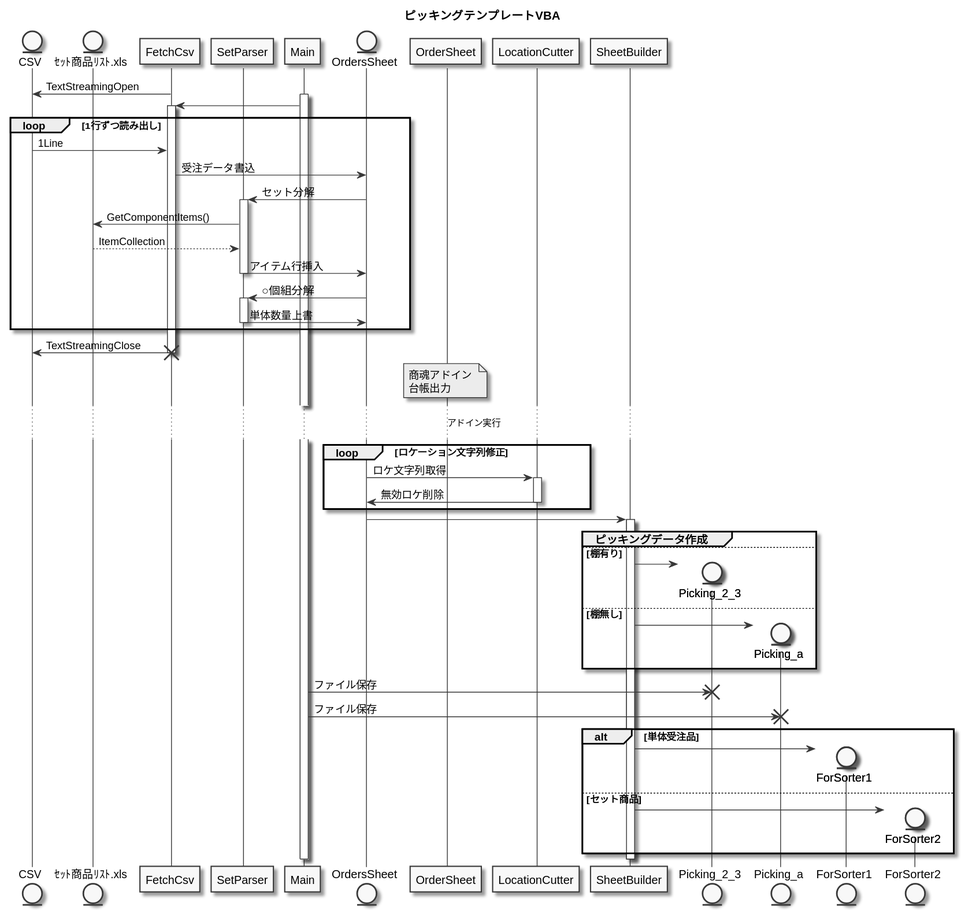
Earlier version of the PlantUML export out/picking_create_vba/picking_create_vba.svg (amunenaga/ec-backyard-macro). Its source is kept beside it as picking_create_vba.puml.
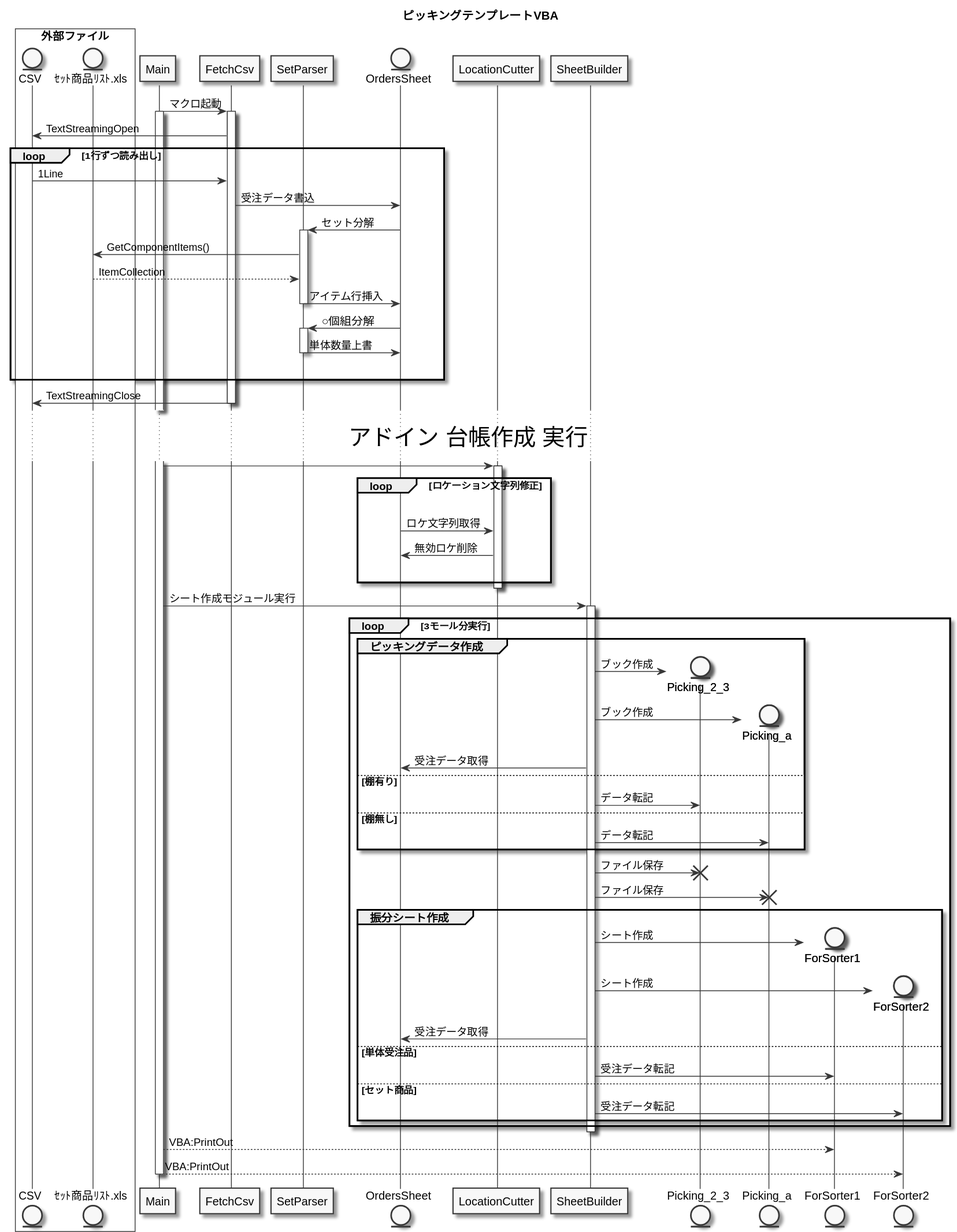
Above is the later version.

Commit message:
ピッキングテンプレートVBA シーケンス図Fix

Change to the diagram source:
```diff
@@ -5,26 +5,28 @@
 
 title ピッキングテンプレートVBA
 
-entity CSV
-entity ｾｯﾄ商品ﾘｽﾄ.xls
+box "外部ファイル" #white
+    entity CSV
+    entity ｾｯﾄ商品ﾘｽﾄ.xls
+end box
 
+participant Main
 
+Main -> FetchCsv : マクロ起動
+activate Main
+activate FetchCsv
 CSV <- FetchCsv : TextStreamingOpen
 
 participant SetParser
-participant Main
-
-activate Main
-FetchCsv <- Main
 
 Loop 1行ずつ読み出し
-activate FetchCsv
     CSV -> FetchCsv : 1Line
 
     entity OrdersSheet
     FetchCsv -> OrdersSheet : 受注データ書込
 
     SetParser <- OrdersSheet : セット分解
+
     activate SetParser
         ｾｯﾄ商品ﾘｽﾄ.xls <- SetParser : GetComponentItems()
         ｾｯﾄ商品ﾘｽﾄ.xls --> SetParser : ItemCollection
@@ -37,61 +39,81 @@
     activate SetParser
         SetParser -> OrdersSheet : 単体数量上書
     deactivate SetParser
-
+    |||
     end loop
 
 CSV <- FetchCsv : TextStreamingClose
 deactivate FetchCsv
 
-destroy FetchCsv
-
-
-note over OrderSheet : 商魂アドイン \n台帳出力
-... アドイン実行 ...
+... <size:28>アドイン 台帳作成 実行</size> ...
 
 participant LocationCutter
 
+    Main -> LocationCutter
+
+    activate LocationCutter
+
     loop ロケーション文字列修正
-
+        |||
         OrdersSheet -> LocationCutter :ロケ文字列取得
-        activate LocationCutter
-
-            OrdersSheet <- LocationCutter :無効ロケ削除
-
-        deactivate LocationCutter
-
+        OrdersSheet <- LocationCutter :無効ロケ削除
+        |||
     end
+    deactivate LocationCutter
 
 participant SheetBuilder
 
-OrdersSheet -> SheetBuilder
+Main -> SheetBuilder : シート作成モジュール実行
 activate SheetBuilder
 
+loop 3モール分実行
     Group ピッキングデータ作成
-    else 棚有り
+
         create entity Picking_2_3
-        SheetBuilder -> Picking_2_3
-    else 棚無し
+        SheetBuilder -> Picking_2_3 : ブック作成
+
         create entity Picking_a
-        SheetBuilder -> Picking_a
+        SheetBuilder -> Picking_a : ブック作成
+
+        OrdersSheet <- SheetBuilder : 受注データ取得
+
+        else 棚有り
+            SheetBuilder -> Picking_2_3 : データ転記
+
+        else 棚無し
+            SheetBuilder -> Picking_a : データ転記
     end
 
-    Main -> Picking_2_3 : ファイル保存
+    SheetBuilder -> Picking_2_3 : ファイル保存
     destroy Picking_2_3
 
-    Main -> Picking_a : ファイル保存
+    SheetBuilder -> Picking_a : ファイル保存
     destroy Picking_a
 
+    Group 振分シート作成
 
-    alt 単体受注品
         create entity ForSorter1
-        SheetBuilder -> ForSorter1
-    else セット商品
+        SheetBuilder -> ForSorter1 : シート作成
         create entity ForSorter2
-        SheetBuilder -> ForSorter2
+        SheetBuilder -> ForSorter2 : シート作成
+
+        OrdersSheet <- SheetBuilder : 受注データ取得
+
+        else 単体受注品
+
+            SheetBuilder -> ForSorter1 : 受注データ転記
+
+        else セット商品
+
+            SheetBuilder -> ForSorter2 : 受注データ転記
+
     end
+end
 
 deactivate SheetBuilder
+
+Main --> ForSorter1 : VBA:PrintOut
+Main --> ForSorter2 : VBA:PrintOut
 
 deactivate Main
 
```
